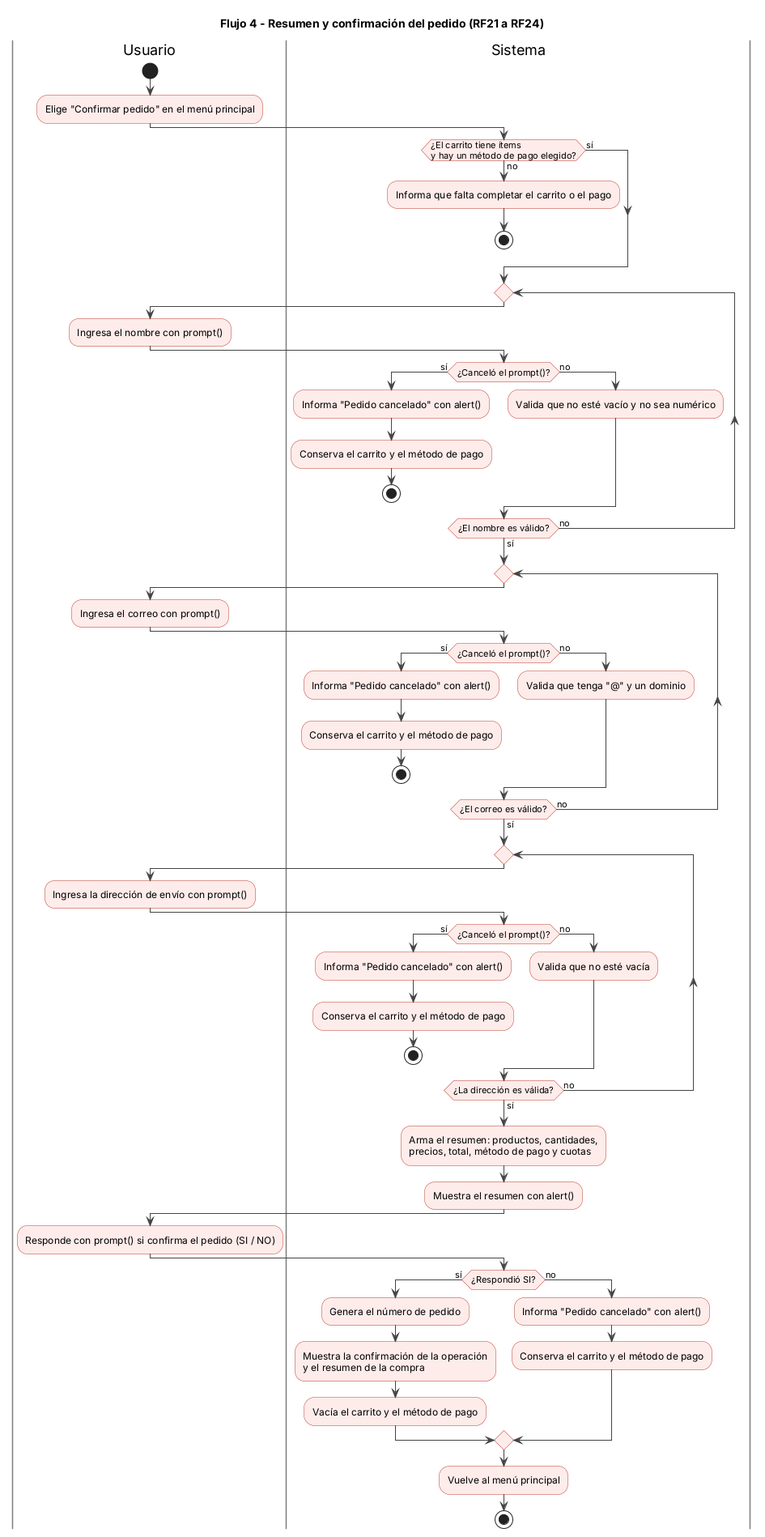
Before: docs/05-diagramas/01-diagrama-de-actividades/actividad-flujo-4-confirmacion-pedido.png, a diagram exported from PlantUML (angelgc9107-lgtm/ProyectoFerreteria_GRP05).
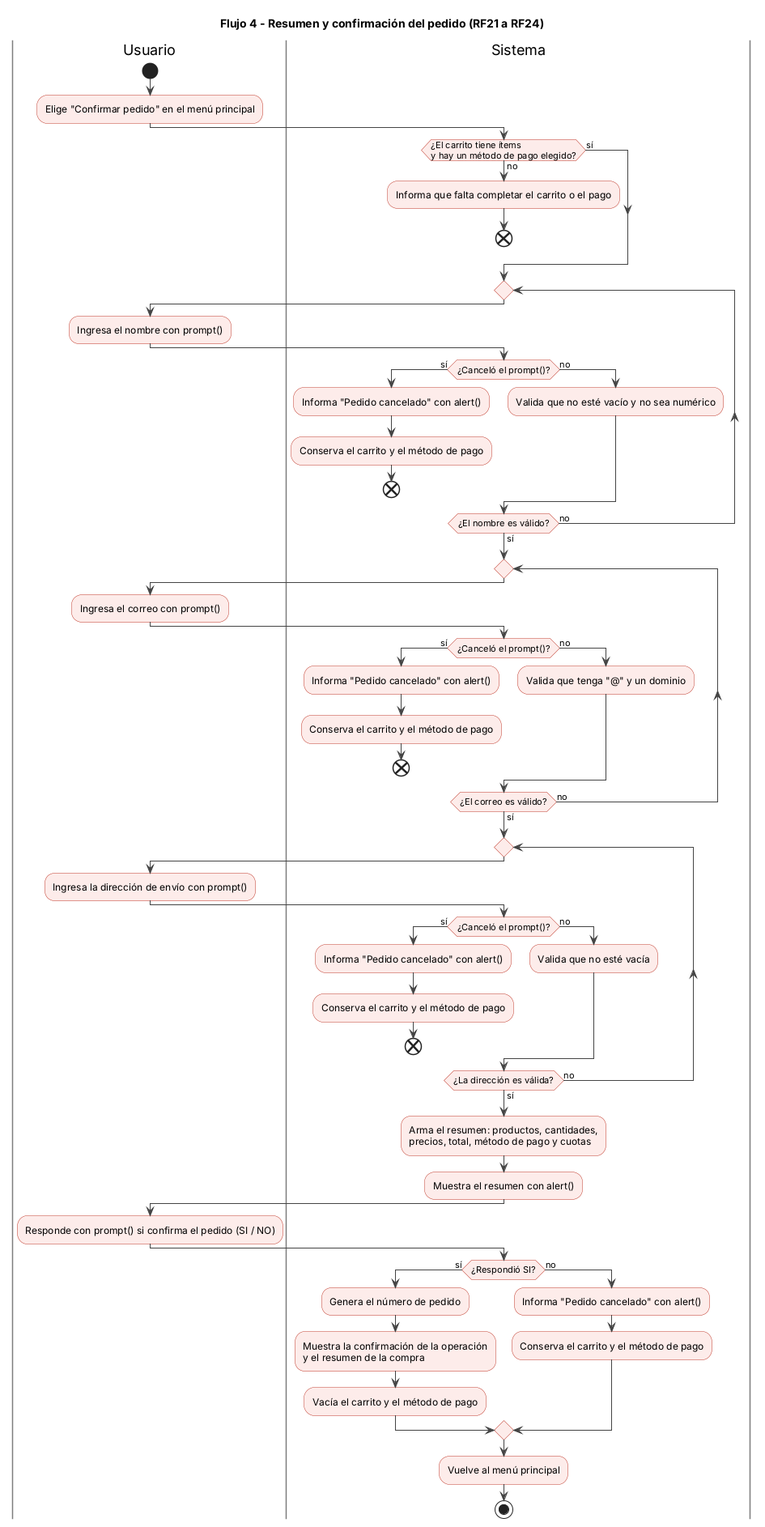
After the change.

Commit message:
fix(diagramas): único stop por flujo y end en salidas alternativas (RC1-RC3), con los .puml, los .png y diagramas-doc.md.

The edit, as a diff of the source:
```diff
@@ -13,7 +13,7 @@
 |Sistema|
 if (¿El carrito tiene ítems\ny hay un método de pago elegido?) then (no)
   :Informa que falta completar el carrito o el pago;
-  stop
+  end
 else (sí)
 endif
 
@@ -24,7 +24,7 @@
   if (¿Canceló el prompt()?) then (sí)
     :Informa "Pedido cancelado" con alert();
     :Conserva el carrito y el método de pago;
-    stop
+    end
   else (no)
     :Valida que no esté vacío y no sea numérico;
   endif
@@ -37,7 +37,7 @@
   if (¿Canceló el prompt()?) then (sí)
     :Informa "Pedido cancelado" con alert();
     :Conserva el carrito y el método de pago;
-    stop
+    end
   else (no)
     :Valida que tenga "@" y un dominio;
   endif
@@ -50,7 +50,7 @@
   if (¿Canceló el prompt()?) then (sí)
     :Informa "Pedido cancelado" con alert();
     :Conserva el carrito y el método de pago;
-    stop
+    end
   else (no)
     :Valida que no esté vacía;
   endif
```
